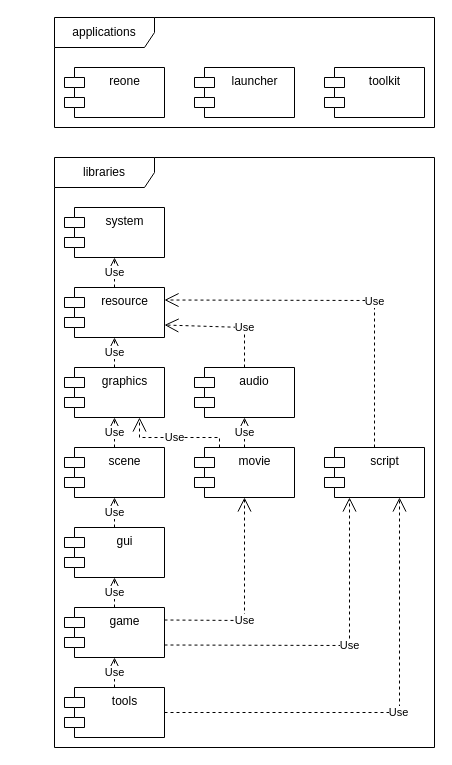
Above: doc/diagram/modules.drawio in seedhartha/reone (draw.io), before the change. Source tidied: cells renumbered, new cells numbered last; positions are measured from the earlier drawing's top-left corner, leaving out a move shared by most shapes. Both pictures are drawn from the tidied source at 100%, with x=0, y=0 at pixel (54, 17).
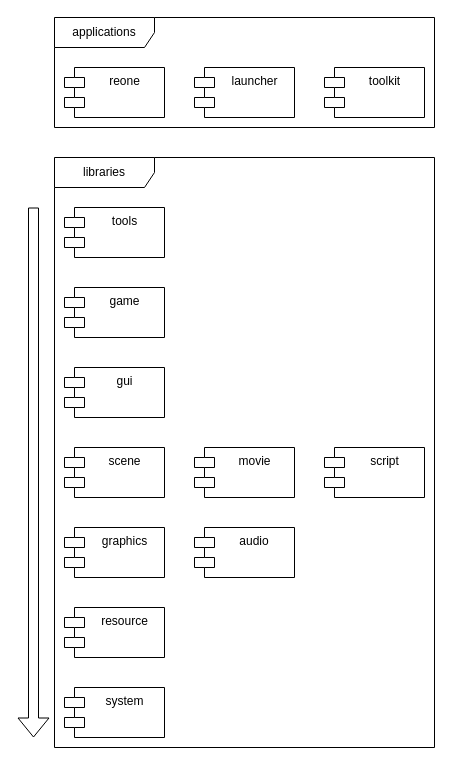
The same page after the edit.

Commit message (it also covers changes not shown here):
Update modules diagram: change lib order from high- to low-level, single arrow

Change to the diagram source:
```diff
@@
-    <mxCell id="4" value="tools" style="shape=module;align=left;spacingLeft=20;align=center;verticalAlign=top;html=1;" parent="1" vertex="1">
+    <mxCell id="4" value="system" style="shape=module;align=left;spacingLeft=20;align=center;verticalAlign=top;html=1;direction=east;" parent="1" vertex="1">
       <mxGeometry x="10" y="670" width="100" height="50" as="geometry" />
     </mxCell>
-    <mxCell id="5" value="movie" style="shape=module;align=left;spacingLeft=20;align=center;verticalAlign=top;html=1;" parent="1" vertex="1">
+    <mxCell id="5" value="movie" style="shape=module;align=left;spacingLeft=20;align=center;verticalAlign=top;html=1;direction=east;" parent="1" vertex="1">
       <mxGeometry x="140" y="430" width="100" height="50" as="geometry" />
     </mxCell>
-    <mxCell id="6" value="gui" style="shape=module;align=left;spacingLeft=20;align=center;verticalAlign=top;html=1;" parent="1" vertex="1">
+    <mxCell id="6" value="graphics" style="shape=module;align=left;spacingLeft=20;align=center;verticalAlign=top;html=1;direction=east;" parent="1" vertex="1">
       <mxGeometry x="10" y="510" width="100" height="50" as="geometry" />
     </mxCell>
-    <mxCell id="7" value="game" style="shape=module;align=left;spacingLeft=20;align=center;verticalAlign=top;html=1;" parent="1" vertex="1">
+    <mxCell id="7" value="resource" style="shape=module;align=left;spacingLeft=20;align=center;verticalAlign=top;html=1;direction=east;" parent="1" vertex="1">
       <mxGeometry x="10" y="590" width="100" height="50" as="geometry" />
     </mxCell>
-    <mxCell id="8" value="scene" style="shape=module;align=left;spacingLeft=20;align=center;verticalAlign=top;html=1;" parent="1" vertex="1">
+    <mxCell id="8" value="scene" style="shape=module;align=left;spacingLeft=20;align=center;verticalAlign=top;html=1;direction=east;" parent="1" vertex="1">
       <mxGeometry x="10" y="430" width="100" height="50" as="geometry" />
     </mxCell>
-    <mxCell id="9" value="graphics" style="shape=module;align=left;spacingLeft=20;align=center;verticalAlign=top;html=1;" parent="1" vertex="1">
+    <mxCell id="9" value="gui" style="shape=module;align=left;spacingLeft=20;align=center;verticalAlign=top;html=1;direction=east;" parent="1" vertex="1">
       <mxGeometry x="10" y="350" width="100" height="50" as="geometry" />
     </mxCell>
-    <mxCell id="10" value="script" style="shape=module;align=left;spacingLeft=20;align=center;verticalAlign=top;html=1;" parent="1" vertex="1">
+    <mxCell id="10" value="script" style="shape=module;align=left;spacingLeft=20;align=center;verticalAlign=top;html=1;direction=east;" parent="1" vertex="1">
       <mxGeometry x="270" y="430" width="100" height="50" as="geometry" />
     </mxCell>
-    <mxCell id="11" value="audio" style="shape=module;align=left;spacingLeft=20;align=center;verticalAlign=top;" parent="1" vertex="1">
-      <mxGeometry x="140" y="350" width="100" height="50" as="geometry" />
+    <mxCell id="11" value="audio" style="shape=module;align=left;spacingLeft=20;align=center;verticalAlign=top;direction=east;" parent="1" vertex="1">
+      <mxGeometry x="140" y="510" width="100" height="50" as="geometry" />
     </mxCell>
@@
-    <mxCell id="13" value="resource" style="shape=module;align=center;spacingLeft=20;align=center;verticalAlign=top;html=1;labelPosition=center;verticalLabelPosition=middle;" parent="1" vertex="1">
+    <mxCell id="13" value="game" style="shape=module;align=center;spacingLeft=20;align=center;verticalAlign=top;html=1;labelPosition=center;verticalLabelPosition=middle;direction=east;" parent="1" vertex="1">
       <mxGeometry x="10" y="270" width="100" height="50" as="geometry" />
     </mxCell>
@@
-    <mxCell id="16" value="system" style="shape=module;align=center;spacingLeft=20;align=center;verticalAlign=top;html=1;labelPosition=center;verticalLabelPosition=middle;" parent="1" vertex="1">
+    <mxCell id="16" value="tools" style="shape=module;align=center;spacingLeft=20;align=center;verticalAlign=top;html=1;labelPosition=center;verticalLabelPosition=middle;direction=east;" parent="1" vertex="1">
       <mxGeometry x="10" y="190" width="100" height="50" as="geometry" />
     </mxCell>
-    <mxCell id="17" value="Use" style="endArrow=open;endSize=12;dashed=1;html=1;rounded=0;" parent="1" edge="1" source="13" target="16">
-      <mxGeometry relative="1" as="geometry" />
-    </mxCell>
-    <mxCell id="18" value="Use" style="endArrow=open;endSize=12;dashed=1;html=1;rounded=0;" parent="1" edge="1" source="9" target="13">
-      <mxGeometry relative="1" as="geometry" />
-    </mxCell>
-    <mxCell id="19" value="Use" style="endArrow=open;endSize=12;dashed=1;html=1;rounded=0;" parent="1" edge="1" source="8" target="9">
-      <mxGeometry relative="1" as="geometry" />
-    </mxCell>
-    <mxCell id="20" value="Use" style="endArrow=open;endSize=12;dashed=1;html=1;rounded=0;" parent="1" edge="1" source="6" target="8">
-      <mxGeometry relative="1" as="geometry" />
-    </mxCell>
-    <mxCell id="21" value="Use" style="endArrow=open;endSize=12;dashed=1;html=1;rounded=0;" parent="1" edge="1" source="7" target="6">
-      <mxGeometry relative="1" as="geometry" />
-    </mxCell>
-    <mxCell id="22" value="Use" style="endArrow=open;endSize=12;dashed=1;html=1;rounded=0;" parent="1" edge="1" source="4" target="7">
-      <mxGeometry relative="1" as="geometry" />
-    </mxCell>
-    <mxCell id="23" value="Use" style="endArrow=open;endSize=12;dashed=1;html=1;rounded=0;entryX=1;entryY=0.75;entryDx=0;entryDy=0;exitX=0.5;exitY=0;exitDx=0;exitDy=0;" parent="1" edge="1" source="11" target="13">
-      <mxGeometry x="-0.33" relative="1" as="geometry">
-        <Array as="points">
-          <mxPoint x="190" y="310" />
-        </Array>
-      </mxGeometry>
-    </mxCell>
-    <mxCell id="24" value="Use" style="endArrow=open;endSize=12;dashed=1;html=1;rounded=0;entryX=1;entryY=0.25;entryDx=0;entryDy=0;" parent="1" edge="1" source="10" target="13">
-      <mxGeometry x="-0.18" relative="1" as="geometry">
-        <Array as="points">
-          <mxPoint x="320" y="283" />
-        </Array>
-      </mxGeometry>
-    </mxCell>
-    <mxCell id="25" value="Use" style="endArrow=open;endSize=12;dashed=1;html=1;rounded=0;exitX=0.25;exitY=0;exitDx=0;exitDy=0;entryX=0.75;entryY=1;entryDx=0;entryDy=0;" parent="1" edge="1" source="5" target="9">
-      <mxGeometry relative="1" as="geometry">
-        <Array as="points">
-          <mxPoint x="165" y="420" />
-          <mxPoint x="85" y="420" />
-        </Array>
-      </mxGeometry>
-    </mxCell>
-    <mxCell id="26" value="Use" style="endArrow=open;endSize=12;dashed=1;html=1;rounded=0;" parent="1" edge="1" source="5" target="11">
-      <mxGeometry relative="1" as="geometry" />
-    </mxCell>
-    <mxCell id="27" value="Use" style="endArrow=open;endSize=12;dashed=1;html=1;rounded=0;exitX=1;exitY=0.5;exitDx=0;exitDy=0;entryX=0.75;entryY=1;entryDx=0;entryDy=0;" parent="1" edge="1" source="4" target="10">
-      <mxGeometry x="0.04" relative="1" as="geometry">
-        <Array as="points">
-          <mxPoint x="345" y="695" />
-        </Array>
-      </mxGeometry>
-    </mxCell>
-    <mxCell id="28" value="Use" style="endArrow=open;endSize=12;dashed=1;html=1;rounded=0;exitX=1;exitY=0.25;exitDx=0;exitDy=0;entryX=0.5;entryY=1;entryDx=0;entryDy=0;" parent="1" edge="1" source="7" target="5">
-      <mxGeometry x="-0.21" relative="1" as="geometry">
-        <Array as="points">
-          <mxPoint x="190" y="603" />
-        </Array>
-      </mxGeometry>
-    </mxCell>
-    <mxCell id="29" value="Use" style="endArrow=open;endSize=12;dashed=1;html=1;rounded=0;exitX=1;exitY=0.75;exitDx=0;exitDy=0;entryX=0.25;entryY=1;entryDx=0;entryDy=0;" parent="1" edge="1" source="7" target="10">
-      <mxGeometry x="0.11" relative="1" as="geometry">
-        <Array as="points">
-          <mxPoint x="295" y="628" />
-        </Array>
-      </mxGeometry>
-    </mxCell>
+    <mxCell id="30" style="shape=flexArrow;endArrow=classic;html=1;rounded=0;" parent="1" edge="1">
+      <mxGeometry relative="1" as="geometry">
+        <mxPoint x="-21" y="190" as="sourcePoint" />
+        <mxPoint x="-21" y="720" as="targetPoint" />
+      </mxGeometry>
+    </mxCell>
```
